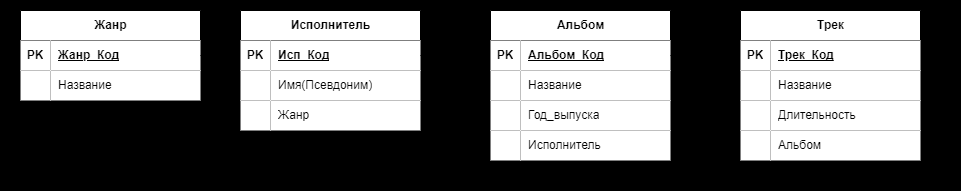
The draw.io diagram Musical_Site.png in OpyssMagnuum/DB_Musical_Site, before a commit. Source tidied: cells renumbered, new cells last; positions are measured from the earlier drawing's top-left corner, leaving out a move shared by most shapes.
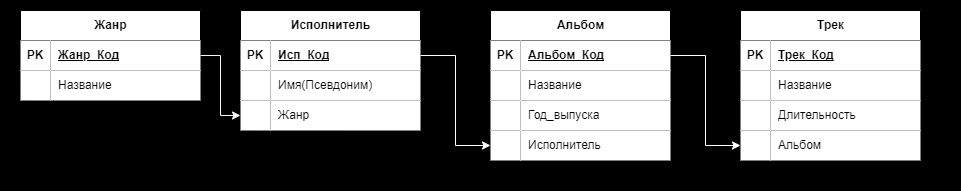
After the change.

The edit, as a diff of the source:
```diff
@@ -134,13 +134,13 @@
     <mxCell id="45" value="Альбом" style="shape=partialRectangle;fillColor=default;top=0;left=0;bottom=0;right=0;align=left;spacingLeft=6;overflow=hidden;whiteSpace=wrap;html=1;" parent="43" vertex="1">
       <mxGeometry x="30" width="150" height="30" as="geometry" />
     </mxCell>
-    <mxCell id="46" style="edgeStyle=orthogonalEdgeStyle;rounded=0;jettySize=auto;html=1;exitX=1;exitY=0.5;exitDx=0;exitDy=0;entryX=0;entryY=0.5;entryDx=0;entryDy=0;" parent="1" edge="1" source="4" target="17">
+    <mxCell id="46" style="edgeStyle=orthogonalEdgeStyle;rounded=0;jettySize=auto;html=1;exitX=1;exitY=0.5;exitDx=0;exitDy=0;entryX=0;entryY=0.5;entryDx=0;entryDy=0;strokeColor=#F7F7F7;" parent="1" edge="1" source="4" target="17">
       <mxGeometry relative="1" as="geometry" />
     </mxCell>
-    <mxCell id="47" style="edgeStyle=orthogonalEdgeStyle;rounded=0;jettySize=auto;html=1;exitX=1;exitY=0.5;exitDx=0;exitDy=0;entryX=0;entryY=0.5;entryDx=0;entryDy=0;" parent="1" edge="1" source="11" target="30">
+    <mxCell id="47" style="edgeStyle=orthogonalEdgeStyle;rounded=0;jettySize=auto;html=1;exitX=1;exitY=0.5;exitDx=0;exitDy=0;entryX=0;entryY=0.5;entryDx=0;entryDy=0;strokeColor=#FFFFFF;" parent="1" edge="1" source="11" target="30">
       <mxGeometry relative="1" as="geometry" />
     </mxCell>
-    <mxCell id="48" style="edgeStyle=orthogonalEdgeStyle;rounded=0;jettySize=auto;html=1;exitX=1;exitY=0.5;exitDx=0;exitDy=0;entryX=0;entryY=0.5;entryDx=0;entryDy=0;" parent="1" edge="1" source="21" target="43">
+    <mxCell id="48" style="edgeStyle=orthogonalEdgeStyle;rounded=0;jettySize=auto;html=1;exitX=1;exitY=0.5;exitDx=0;exitDy=0;entryX=0;entryY=0.5;entryDx=0;entryDy=0;strokeColor=#FFFFFF;" parent="1" edge="1" source="21" target="43">
       <mxGeometry relative="1" as="geometry" />
     </mxCell>
   </root>
```
